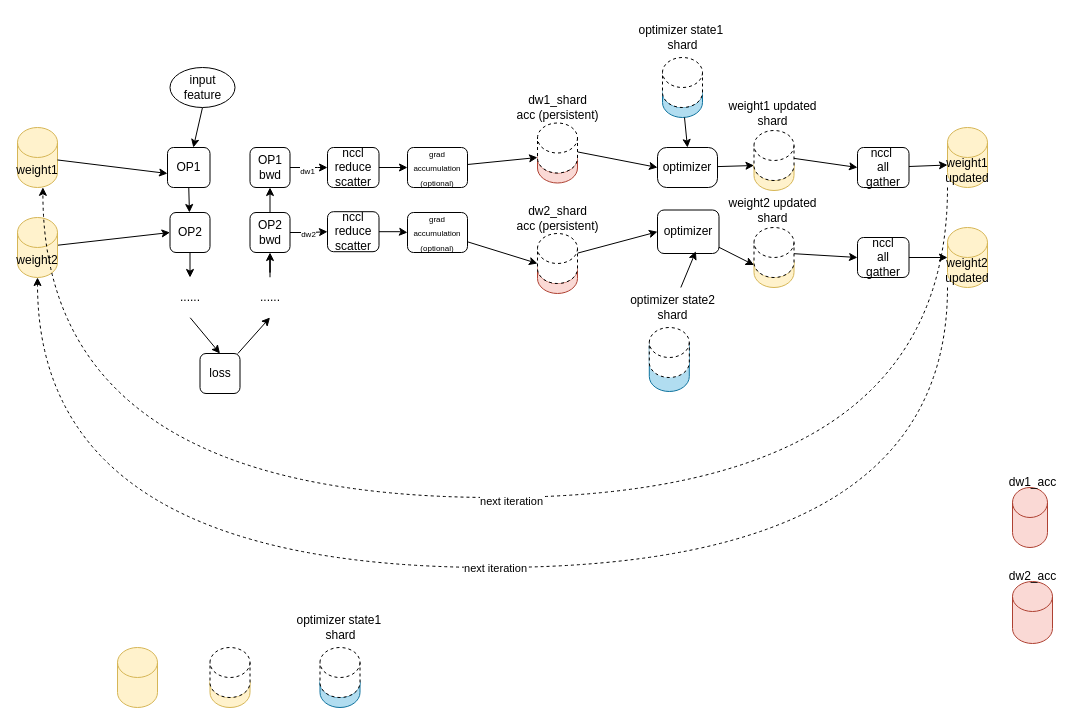
Above: zero2.drawio in thereAreDemonsNearby/DynamoRIOAndDrCCTProfNotes (draw.io), before the change. Source tidied: cells renumbered, new cells numbered last; positions are measured from the earlier drawing's top-left corner, leaving out a move shared by most shapes. Both pictures are drawn from the tidied source at 100%, with x=0, y=0 at pixel (17, 17).
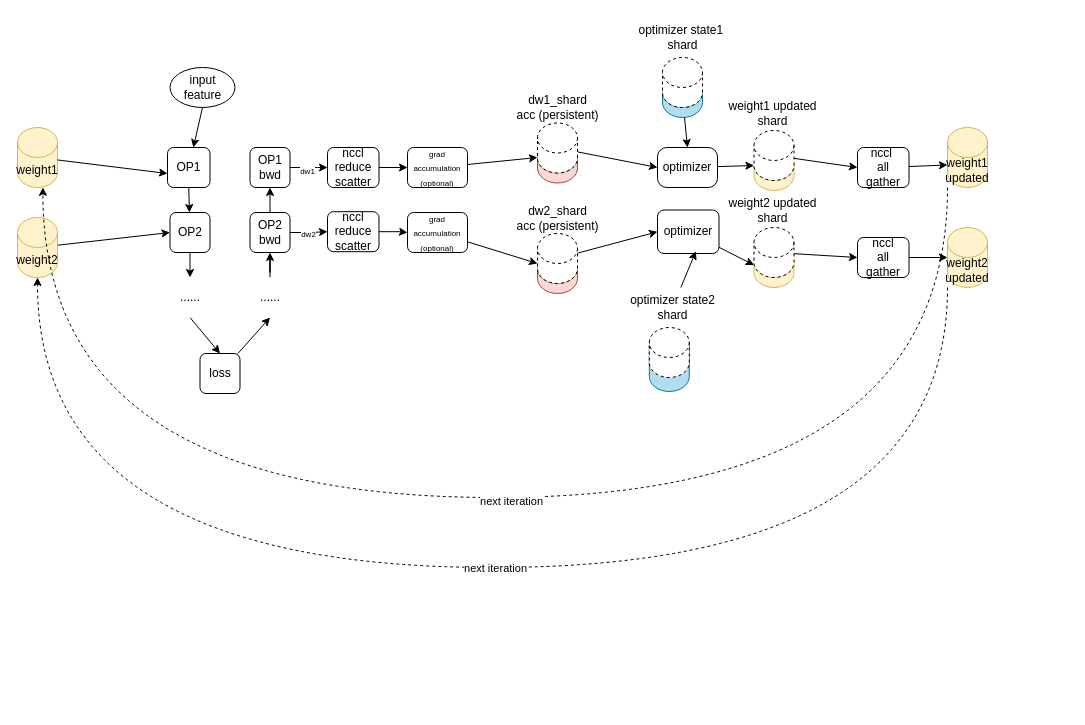
The same page after the edit.

Change to the diagram source:
```diff
@@
-    <mxCell id="37" style="shape=cylinder3;whiteSpace=wrap;html=1;boundedLbl=1;backgroundOutline=1;size=15;fillColor=#fff2cc;strokeColor=#d6b656;" parent="1" vertex="1">
-      <mxGeometry x="100" y="630" width="40" height="60" as="geometry" />
-    </mxCell>
-    <mxCell id="38" style="shape=cylinder3;whiteSpace=wrap;html=1;boundedLbl=1;backgroundOutline=1;size=15;fillColor=#fff2cc;strokeColor=#d6b656;" parent="1" vertex="1">
-      <mxGeometry x="192.5" y="650" width="40" height="40" as="geometry" />
-    </mxCell>
-    <mxCell id="39" style="shape=cylinder3;whiteSpace=wrap;html=1;boundedLbl=1;backgroundOutline=1;size=15;dashed=1;" parent="1" vertex="1">
-      <mxGeometry x="192.5" y="630" width="40" height="50" as="geometry" />
-    </mxCell>
-    <mxCell id="40" style="group;" parent="1" vertex="1">
-      <mxGeometry x="267.5" y="590" width="110" height="100" as="geometry" />
-    </mxCell>
-    <mxCell id="41" style="shape=cylinder3;whiteSpace=wrap;html=1;boundedLbl=1;backgroundOutline=1;size=15;fillColor=#b1ddf0;strokeColor=#10739e;" parent="40" vertex="1">
-      <mxGeometry x="35" y="60" width="40" height="40" as="geometry" />
-    </mxCell>
-    <mxCell id="42" style="shape=cylinder3;whiteSpace=wrap;html=1;boundedLbl=1;backgroundOutline=1;size=15;dashed=1;" parent="40" vertex="1">
-      <mxGeometry x="35" y="40" width="40" height="50" as="geometry" />
-    </mxCell>
-    <mxCell id="43" value="&lt;div&gt;optimizer state1&amp;nbsp;&lt;/div&gt;&lt;div&gt;shard&lt;/div&gt;" style="text;html=1;align=center;verticalAlign=middle;strokeColor=none;fillColor=none;" parent="40" vertex="1">
-      <mxGeometry width="110" height="40" as="geometry" />
-    </mxCell>
@@
-    <mxCell id="71" style="group;" parent="1" vertex="1">
-      <mxGeometry x="980" y="450" width="70" height="82" as="geometry" />
-    </mxCell>
-    <mxCell id="72" style="shape=cylinder3;whiteSpace=wrap;html=1;boundedLbl=1;backgroundOutline=1;size=15;fillColor=#fad9d5;strokeColor=#ae4132;" parent="71" vertex="1">
-      <mxGeometry x="15" y="20" width="35" height="60" as="geometry" />
-    </mxCell>
-    <mxCell id="73" value="&lt;div&gt;dw1_acc&lt;/div&gt;" style="text;html=1;align=center;verticalAlign=middle;strokeColor=none;fillColor=none;" parent="71" vertex="1">
-      <mxGeometry width="70" height="30" as="geometry" />
-    </mxCell>
-    <mxCell id="74" style="group;" parent="1" vertex="1">
-      <mxGeometry x="980" y="544" width="70" height="82" as="geometry" />
-    </mxCell>
-    <mxCell id="75" style="shape=cylinder3;whiteSpace=wrap;html=1;boundedLbl=1;backgroundOutline=1;size=15;fillColor=#fad9d5;strokeColor=#ae4132;" parent="74" vertex="1">
-      <mxGeometry x="15" y="20" width="40" height="62" as="geometry" />
-    </mxCell>
-    <mxCell id="76" value="&lt;div&gt;dw2_acc&lt;/div&gt;" style="text;html=1;align=center;verticalAlign=middle;strokeColor=none;fillColor=none;" parent="74" vertex="1">
-      <mxGeometry width="70" height="30" as="geometry" />
-    </mxCell>
```
